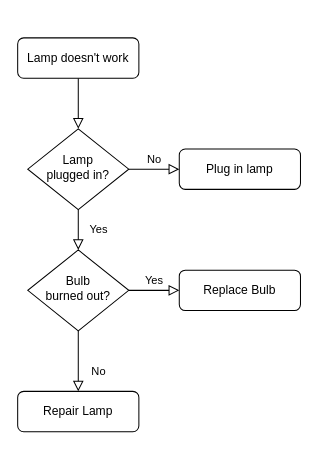
This is src/main/java/swbrf/jvmpractice/未命名绘图.drawio from swbrf/exercise, a draw.io file, before an edit. Source tidied: cells renumbered, new cells numbered last; positions are measured from the earlier drawing's top-left corner, leaving out a move shared by most shapes. Both pictures are drawn from the tidied source at 101%, with x=0, y=0 at pixel (17, 37).
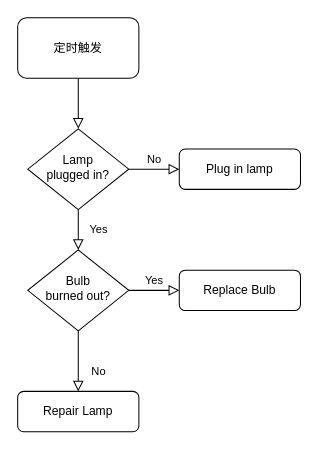
Above is the later version.

Commit message:
自动转上线 .drawio

Change to the diagram source:
```diff
@@
 <mxGraphModel>
   <root>
     <mxCell id="0" />
     <mxCell id="1" parent="0" />
     <mxCell id="2" style="rounded=0;html=1;jettySize=auto;fontSize=11;endArrow=block;endFill=0;endSize=8;strokeWidth=1;shadow=0;labelBackgroundColor=none;edgeStyle=orthogonalEdgeStyle;" parent="1" edge="1" source="3" target="6">
       <mxGeometry relative="1" as="geometry" />
     </mxCell>
-    <mxCell id="3" value="Lamp doesn't work" style="rounded=1;whiteSpace=wrap;html=1;fontSize=12;glass=0;strokeWidth=1;shadow=0;" parent="1" vertex="1">
-      <mxGeometry width="120" height="40" as="geometry" />
+    <mxCell id="3" value="定时触发" style="rounded=1;whiteSpace=wrap;html=1;fontSize=12;glass=0;strokeWidth=1;shadow=0;" parent="1" vertex="1">
+      <mxGeometry y="-20" width="120" height="60" as="geometry" />
     </mxCell>
     <mxCell id="4" value="Yes" style="rounded=0;html=1;jettySize=auto;fontSize=11;endArrow=block;endFill=0;endSize=8;strokeWidth=1;shadow=0;labelBackgroundColor=none;edgeStyle=orthogonalEdgeStyle;" parent="1" edge="1" source="6" target="10">
       <mxGeometry y="20" relative="1" as="geometry" />
     </mxCell>
     <mxCell id="5" value="No" style="edgeStyle=orthogonalEdgeStyle;rounded=0;html=1;jettySize=auto;fontSize=11;endArrow=block;endFill=0;endSize=8;strokeWidth=1;shadow=0;labelBackgroundColor=none;" parent="1" edge="1" source="6" target="7">
       <mxGeometry y="10" relative="1" as="geometry" />
     </mxCell>
     <mxCell id="6" value="Lamp&lt;br&gt;plugged in?" style="rhombus;whiteSpace=wrap;html=1;shadow=0;fontFamily=Helvetica;fontSize=12;align=center;strokeWidth=1;spacing=6;spacingTop=-4;" parent="1" vertex="1">
       <mxGeometry x="10" y="90" width="100" height="80" as="geometry" />
     </mxCell>
     <mxCell id="7" value="Plug in lamp" style="rounded=1;whiteSpace=wrap;html=1;fontSize=12;glass=0;strokeWidth=1;shadow=0;" parent="1" vertex="1">
       <mxGeometry x="160" y="110" width="120" height="40" as="geometry" />
     </mxCell>
     <mxCell id="8" value="No" style="rounded=0;html=1;jettySize=auto;fontSize=11;endArrow=block;endFill=0;endSize=8;strokeWidth=1;shadow=0;labelBackgroundColor=none;edgeStyle=orthogonalEdgeStyle;" parent="1" edge="1" source="10" target="11">
       <mxGeometry x="0.33" y="20" relative="1" as="geometry" />
     </mxCell>
     <mxCell id="9" value="Yes" style="edgeStyle=orthogonalEdgeStyle;rounded=0;html=1;jettySize=auto;fontSize=11;endArrow=block;endFill=0;endSize=8;strokeWidth=1;shadow=0;labelBackgroundColor=none;" parent="1" edge="1" source="10" target="12">
       <mxGeometry y="10" relative="1" as="geometry" />
     </mxCell>
     <mxCell id="10" value="Bulb&lt;br&gt;burned out?" style="rhombus;whiteSpace=wrap;html=1;shadow=0;fontFamily=Helvetica;fontSize=12;align=center;strokeWidth=1;spacing=6;spacingTop=-4;" parent="1" vertex="1">
       <mxGeometry x="10" y="210" width="100" height="80" as="geometry" />
     </mxCell>
     <mxCell id="11" value="Repair Lamp" style="rounded=1;whiteSpace=wrap;html=1;fontSize=12;glass=0;strokeWidth=1;shadow=0;" parent="1" vertex="1">
       <mxGeometry y="350" width="120" height="40" as="geometry" />
     </mxCell>
     <mxCell id="12" value="Replace Bulb" style="rounded=1;whiteSpace=wrap;html=1;fontSize=12;glass=0;strokeWidth=1;shadow=0;" parent="1" vertex="1">
       <mxGeometry x="160" y="230" width="120" height="40" as="geometry" />
     </mxCell>
   </root>
 </mxGraphModel>
```
